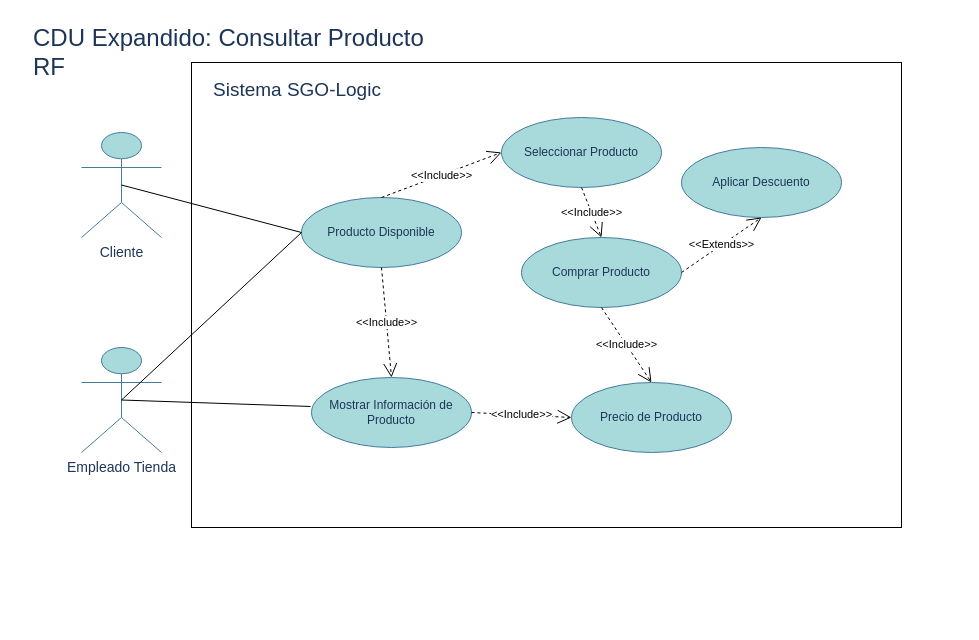
This is FASE 2/DRAWIO/CDU-Expandido-Consultar-Producto.drawio from jRodas497/AYD2_A_2S2025_PROYECTO_G3, a draw.io file, before an edit. Source tidied: cells renumbered, new cells numbered last; positions are measured from the earlier drawing's top-left corner, leaving out a move shared by most shapes. Both pictures are drawn from the tidied source at 100%, with x=0, y=0 at pixel (31, 17).
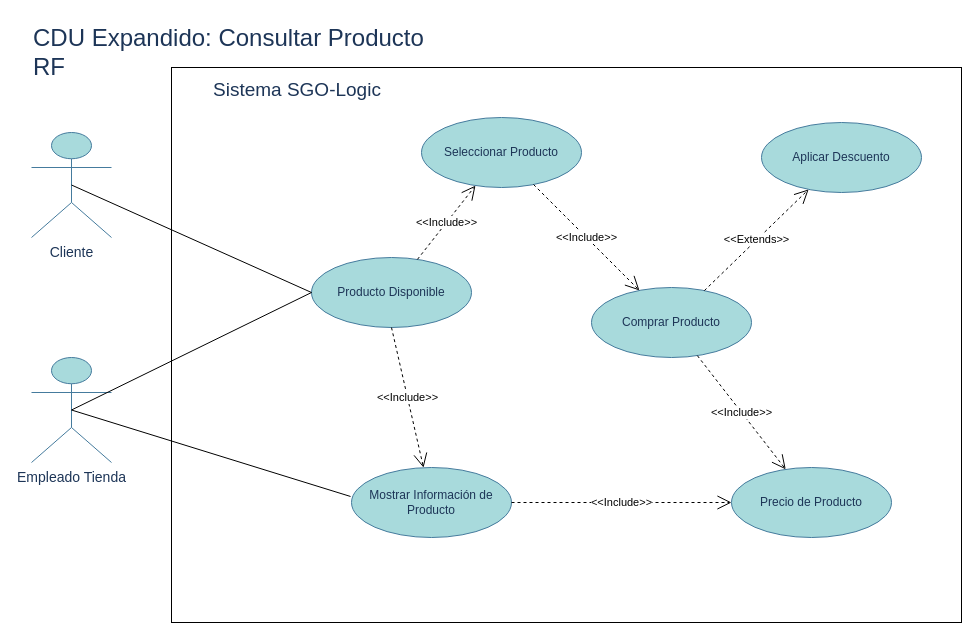
The same diagram, later.

The edit, as a diff of the source:
```diff
@@
+    <mxCell id="20" style="rounded=0;whiteSpace=wrap;html=1;fillColor=none;" parent="1" vertex="1">
+      <mxGeometry x="140" y="50" width="790" height="555" as="geometry" />
+    </mxCell>
@@
     <mxCell id="3" value="Empleado Tienda" style="shape=umlActor;verticalLabelPosition=bottom;verticalAlign=top;html=1;outlineConnect=0;fontSize=14;labelBackgroundColor=none;fillColor=#A8DADC;strokeColor=#457B9D;fontColor=#1D3557;" parent="1" vertex="1">
-      <mxGeometry x="50" y="330" width="80" height="105" as="geometry" />
+      <mxGeometry y="340" width="80" height="105" as="geometry" />
     </mxCell>
     <mxCell id="4" value="Cliente" style="shape=umlActor;verticalLabelPosition=bottom;verticalAlign=top;html=1;outlineConnect=0;fontSize=14;labelBackgroundColor=none;fillColor=#A8DADC;strokeColor=#457B9D;fontColor=#1D3557;" parent="1" vertex="1">
-      <mxGeometry x="50" y="115" width="80" height="105" as="geometry" />
+      <mxGeometry y="115" width="80" height="105" as="geometry" />
     </mxCell>
     <mxCell id="5" value="Producto Disponible" style="ellipse;whiteSpace=wrap;html=1;shapeInside=1;fillColor=light-dark(#A8DADC,#336600);fontColor=#1D3557;strokeColor=#457B9D;labelBackgroundColor=none;" parent="1" vertex="1">
-      <mxGeometry x="270" y="180" width="160" height="70" as="geometry" />
+      <mxGeometry x="280" y="240" width="160" height="70" as="geometry" />
     </mxCell>
     <mxCell id="6" value="Mostrar Información de Producto" style="ellipse;whiteSpace=wrap;html=1;shapeInside=1;fillColor=light-dark(#A8DADC,#336600);fontColor=#1D3557;strokeColor=#457B9D;labelBackgroundColor=none;" parent="1" vertex="1">
-      <mxGeometry x="280" y="360" width="160" height="70" as="geometry" />
+      <mxGeometry x="320" y="450" width="160" height="70" as="geometry" />
     </mxCell>
     <mxCell id="7" value="Precio de Producto" style="ellipse;whiteSpace=wrap;html=1;shapeInside=1;fillColor=light-dark(#A8DADC,transparent);fontColor=#1D3557;strokeColor=#457B9D;labelBackgroundColor=none;" parent="1" vertex="1">
-      <mxGeometry x="540" y="365" width="160" height="70" as="geometry" />
+      <mxGeometry x="700" y="450" width="160" height="70" as="geometry" />
     </mxCell>
@@
-    <mxCell id="10" value="&amp;lt;&amp;lt;Include&amp;gt;&amp;gt;" style="endArrow=open;endSize=12;dashed=1;html=1;rounded=0;exitX=0.5;exitY=1;exitDx=0;exitDy=0;entryX=0.5;entryY=0;entryDx=0;entryDy=0;" parent="1" edge="1" source="5" target="6">
+    <mxCell id="10" value="&amp;lt;&amp;lt;Include&amp;gt;&amp;gt;" style="endArrow=open;endSize=12;dashed=1;html=1;rounded=0;exitX=0.5;exitY=1;exitDx=0;exitDy=0;" parent="1" edge="1" source="5" target="6">
       <mxGeometry relative="1" as="geometry" />
     </mxCell>
     <mxCell id="11" value="Seleccionar Producto" style="ellipse;whiteSpace=wrap;html=1;shapeInside=1;fillColor=light-dark(#A8DADC,transparent);fontColor=#1D3557;strokeColor=#457B9D;labelBackgroundColor=none;" parent="1" vertex="1">
-      <mxGeometry x="470" y="100" width="160" height="70" as="geometry" />
+      <mxGeometry x="390" y="100" width="160" height="70" as="geometry" />
     </mxCell>
-    <mxCell id="12" value="&amp;lt;&amp;lt;Include&amp;gt;&amp;gt;" style="endArrow=open;endSize=12;dashed=1;html=1;rounded=0;exitX=0.5;exitY=0;exitDx=0;exitDy=0;entryX=0;entryY=0.5;entryDx=0;entryDy=0;" parent="1" edge="1" source="5" target="11">
+    <mxCell id="12" value="&amp;lt;&amp;lt;Include&amp;gt;&amp;gt;" style="endArrow=open;endSize=12;dashed=1;html=1;rounded=0;" parent="1" edge="1" source="5" target="11">
       <mxGeometry relative="1" as="geometry" />
     </mxCell>
@@
-    <mxCell id="14" value="&amp;lt;&amp;lt;Include&amp;gt;&amp;gt;" style="endArrow=open;endSize=12;dashed=1;html=1;rounded=0;exitX=1;exitY=0.5;exitDx=0;exitDy=0;entryX=0;entryY=0.5;entryDx=0;entryDy=0;" parent="1" edge="1" source="6" target="7">
+    <mxCell id="14" value="&amp;lt;&amp;lt;Include&amp;gt;&amp;gt;" style="endArrow=open;endSize=12;dashed=1;html=1;rounded=0;" parent="1" edge="1" source="6" target="7">
       <mxGeometry relative="1" as="geometry" />
     </mxCell>
     <mxCell id="15" value="Comprar Producto" style="ellipse;whiteSpace=wrap;html=1;shapeInside=1;fillColor=light-dark(#A8DADC,#336600);fontColor=#1D3557;strokeColor=#457B9D;labelBackgroundColor=none;" parent="1" vertex="1">
-      <mxGeometry x="490" y="220" width="160" height="70" as="geometry" />
+      <mxGeometry x="560" y="270" width="160" height="70" as="geometry" />
     </mxCell>
-    <mxCell id="16" value="&amp;lt;&amp;lt;Include&amp;gt;&amp;gt;" style="endArrow=open;endSize=12;dashed=1;html=1;rounded=0;exitX=0.5;exitY=1;exitDx=0;exitDy=0;entryX=0.5;entryY=0;entryDx=0;entryDy=0;" parent="1" edge="1" source="11" target="15">
+    <mxCell id="16" value="&amp;lt;&amp;lt;Include&amp;gt;&amp;gt;" style="endArrow=open;endSize=12;dashed=1;html=1;rounded=0;" parent="1" edge="1" source="11" target="15">
       <mxGeometry relative="1" as="geometry" />
     </mxCell>
     <mxCell id="17" value="Aplicar Descuento" style="ellipse;whiteSpace=wrap;html=1;shapeInside=1;fillColor=light-dark(#A8DADC,transparent);fontColor=#1D3557;strokeColor=#457B9D;labelBackgroundColor=none;" parent="1" vertex="1">
-      <mxGeometry x="650" y="130" width="160" height="70" as="geometry" />
+      <mxGeometry x="730" y="105" width="160" height="70" as="geometry" />
     </mxCell>
-    <mxCell id="18" value="&amp;lt;&amp;lt;Extends&amp;gt;&amp;gt;" style="endArrow=open;endSize=12;dashed=1;html=1;rounded=0;exitX=1;exitY=0.5;exitDx=0;exitDy=0;entryX=0.5;entryY=1;entryDx=0;entryDy=0;" parent="1" edge="1" source="15" target="17">
+    <mxCell id="18" value="&amp;lt;&amp;lt;Extends&amp;gt;&amp;gt;" style="endArrow=open;endSize=12;dashed=1;html=1;rounded=0;" parent="1" edge="1" source="15" target="17">
       <mxGeometry relative="1" as="geometry" />
     </mxCell>
-    <mxCell id="19" value="&amp;lt;&amp;lt;Include&amp;gt;&amp;gt;" style="endArrow=open;endSize=12;dashed=1;html=1;rounded=0;exitX=0.5;exitY=1;exitDx=0;exitDy=0;entryX=0.5;entryY=0;entryDx=0;entryDy=0;" parent="1" edge="1" source="15" target="7">
+    <mxCell id="19" value="&amp;lt;&amp;lt;Include&amp;gt;&amp;gt;" style="endArrow=open;endSize=12;dashed=1;html=1;rounded=0;" parent="1" edge="1" source="15" target="7">
       <mxGeometry relative="1" as="geometry" />
     </mxCell>
-    <mxCell id="20" style="rounded=0;whiteSpace=wrap;html=1;fillColor=none;" parent="1" vertex="1">
-      <mxGeometry x="160" y="45" width="710" height="465" as="geometry" />
-    </mxCell>
```
